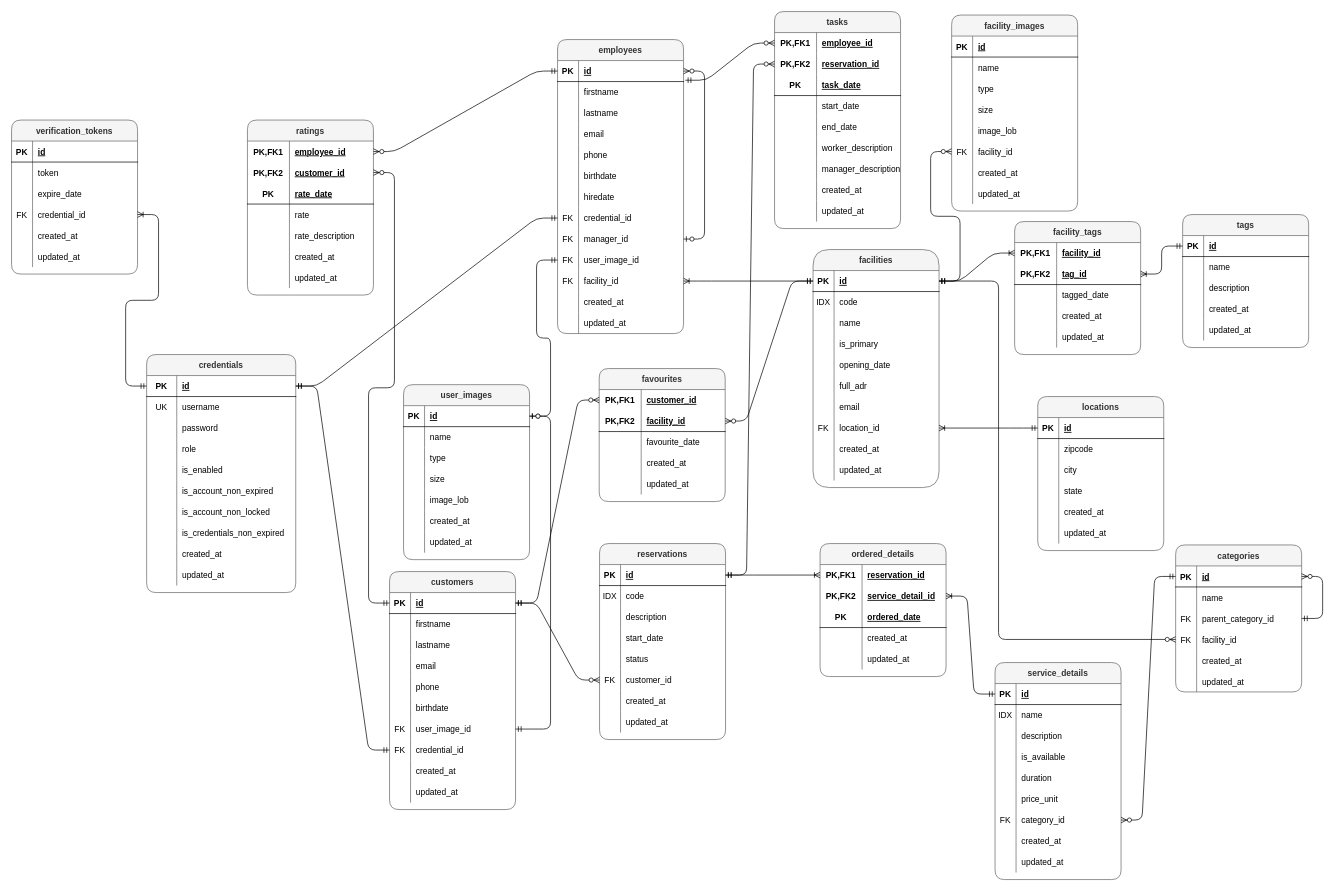
The draw.io diagram docs/doc/atic/atic_erd_diag.drawio in SelimHorri/atic-backend-app, before the edit. Source tidied: cells renumbered, new cells numbered last; positions are measured from the earlier drawing's top-left corner, leaving out a move shared by most shapes. Both pictures are drawn from the tidied source at 70%, with x=0, y=0 at pixel (11, 11).
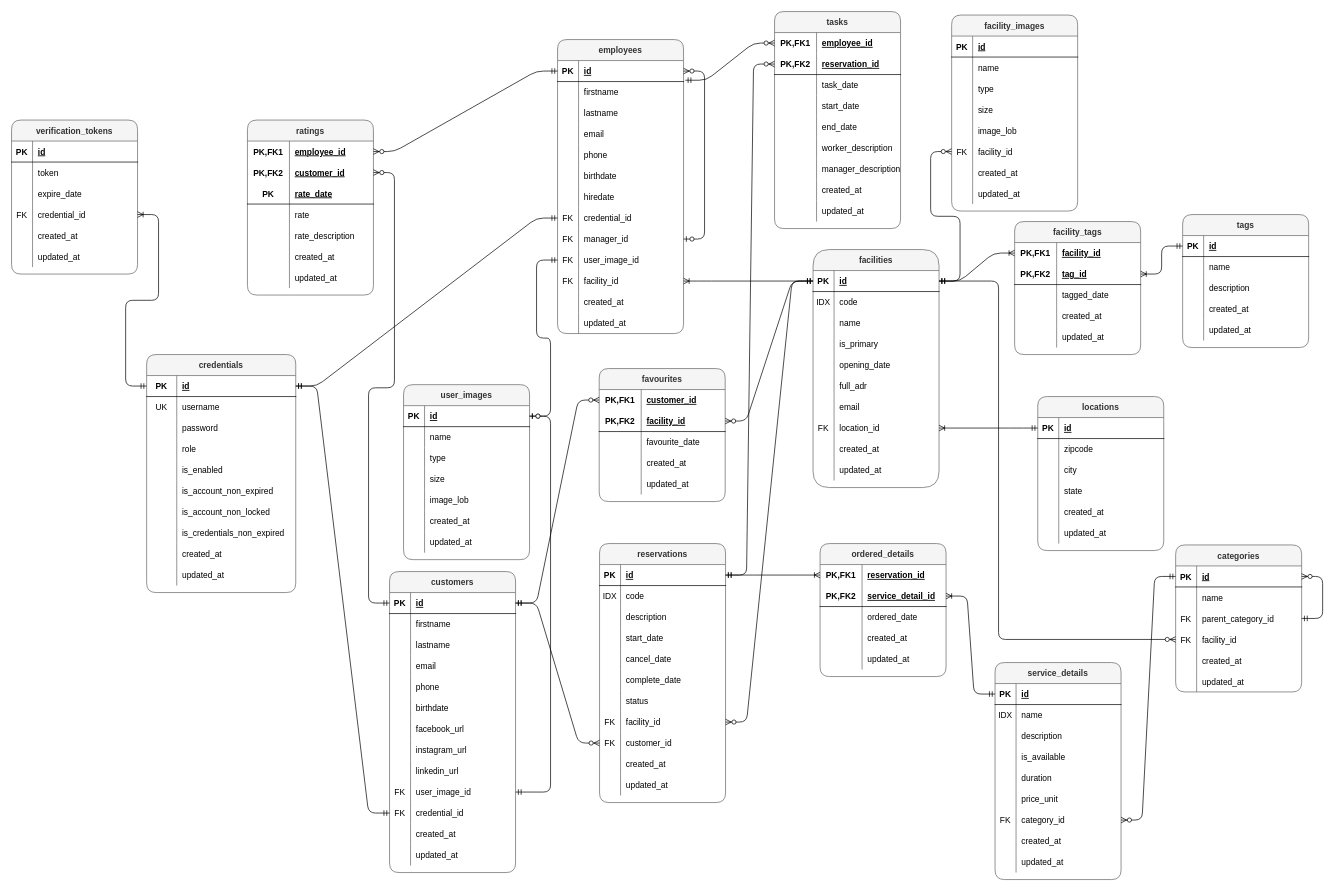
Above is the later version.

Unchanged cells that the change refers to:
```xml
<mxCell id="75" style="shape=partialRectangle;fillColor=none;top=0;left=0;bottom=1;right=0;points=[[0,0.5],[1,0.5]];portConstraint=eastwest;rounded=1;" parent="74" vertex="1">
  <mxGeometry y="30" width="180" height="30" as="geometry" />
</mxCell>
<mxCell id="179" style="shape=partialRectangle;fillColor=none;top=0;left=0;bottom=1;right=0;points=[[0,0.5],[1,0.5]];portConstraint=eastwest;rounded=1;" parent="178" vertex="1">
  <mxGeometry y="30" width="180" height="30" as="geometry" />
</mxCell>
<mxCell id="228" style="shape=partialRectangle;fillColor=none;top=0;left=0;bottom=1;right=0;points=[[0,0.5],[1,0.5]];portConstraint=eastwest;rounded=1;" parent="227" vertex="1">
  <mxGeometry y="30" width="180" height="30" as="geometry" />
</mxCell>
<mxCell id="253" value="ordered_details" style="shape=table;startSize=30;childLayout=tableLayout;rowLines=0;fontStyle=1;align=center;rounded=1;fillColor=#f5f5f5;fontColor=#333333;strokeColor=#666666;" parent="1" vertex="1">
  <mxGeometry x="1155" y="760" width="180" height="190" as="geometry" />
</mxCell>
<mxCell id="399" value="tasks" style="shape=table;startSize=30;childLayout=tableLayout;rowLines=0;fontStyle=1;align=center;rounded=1;fillColor=#f5f5f5;fontColor=#333333;strokeColor=#666666;" parent="1" vertex="1">
  <mxGeometry x="1090" width="180" height="310" as="geometry" />
</mxCell>
```

Diff of the diagram source:
```diff
@@
     <mxCell id="2" value="customers" style="shape=table;startSize=30;childLayout=tableLayout;rowLines=0;fontStyle=1;align=center;rounded=1;fillColor=#f5f5f5;fontColor=#333333;strokeColor=#666666;" parent="1" vertex="1">
-      <mxGeometry x="540" y="800" width="180" height="340" as="geometry" />
+      <mxGeometry x="540" y="800" width="180" height="430" as="geometry" />
     </mxCell>
@@
+    <mxCell id="429" style="shape=partialRectangle;fillColor=none;top=0;left=0;bottom=0;right=0;rounded=1;" parent="2" vertex="1">
+      <mxGeometry y="210" width="180" height="30" as="geometry" />
+    </mxCell>
+    <mxCell id="430" style="shape=partialRectangle;fillColor=none;top=0;left=0;bottom=0;right=0;overflow=hidden;rounded=1;" parent="429" vertex="1">
+      <mxGeometry width="30" height="30" as="geometry" />
+    </mxCell>
+    <mxCell id="431" value="facebook_url" style="shape=partialRectangle;fillColor=none;top=0;left=0;bottom=0;right=0;align=left;spacingLeft=6;overflow=hidden;rounded=1;" parent="429" vertex="1">
+      <mxGeometry x="30" width="150" height="30" as="geometry" />
+    </mxCell>
+    <mxCell id="432" style="shape=partialRectangle;fillColor=none;top=0;left=0;bottom=0;right=0;rounded=1;" parent="2" vertex="1">
+      <mxGeometry y="240" width="180" height="30" as="geometry" />
+    </mxCell>
+    <mxCell id="433" style="shape=partialRectangle;fillColor=none;top=0;left=0;bottom=0;right=0;overflow=hidden;rounded=1;" parent="432" vertex="1">
+      <mxGeometry width="30" height="30" as="geometry" />
+    </mxCell>
+    <mxCell id="434" value="instagram_url" style="shape=partialRectangle;fillColor=none;top=0;left=0;bottom=0;right=0;align=left;spacingLeft=6;overflow=hidden;rounded=1;" parent="432" vertex="1">
+      <mxGeometry x="30" width="150" height="30" as="geometry" />
+    </mxCell>
+    <mxCell id="435" style="shape=partialRectangle;fillColor=none;top=0;left=0;bottom=0;right=0;rounded=1;" parent="2" vertex="1">
+      <mxGeometry y="270" width="180" height="30" as="geometry" />
+    </mxCell>
+    <mxCell id="436" style="shape=partialRectangle;fillColor=none;top=0;left=0;bottom=0;right=0;overflow=hidden;rounded=1;" parent="435" vertex="1">
+      <mxGeometry width="30" height="30" as="geometry" />
+    </mxCell>
+    <mxCell id="437" value="linkedin_url" style="shape=partialRectangle;fillColor=none;top=0;left=0;bottom=0;right=0;align=left;spacingLeft=6;overflow=hidden;rounded=1;" parent="435" vertex="1">
+      <mxGeometry x="30" width="150" height="30" as="geometry" />
+    </mxCell>
     <mxCell id="21" style="shape=partialRectangle;fillColor=none;top=0;left=0;bottom=0;right=0;points=[[0,0.5],[1,0.5]];portConstraint=eastwest;rounded=1;" parent="2" vertex="1">
-      <mxGeometry y="210" width="180" height="30" as="geometry" />
+      <mxGeometry y="300" width="180" height="30" as="geometry" />
     </mxCell>
@@
     <mxCell id="24" style="shape=partialRectangle;fillColor=none;top=0;left=0;bottom=0;right=0;points=[[0,0.5],[1,0.5]];portConstraint=eastwest;rounded=1;" parent="2" vertex="1">
-      <mxGeometry y="240" width="180" height="30" as="geometry" />
+      <mxGeometry y="330" width="180" height="30" as="geometry" />
     </mxCell>
@@
     <mxCell id="27" style="shape=partialRectangle;fillColor=none;top=0;left=0;bottom=0;right=0;rounded=1;" parent="2" vertex="1">
-      <mxGeometry y="270" width="180" height="30" as="geometry" />
+      <mxGeometry y="360" width="180" height="30" as="geometry" />
     </mxCell>
@@
     <mxCell id="30" style="shape=partialRectangle;fillColor=none;top=0;left=0;bottom=0;right=0;rounded=1;" parent="2" vertex="1">
-      <mxGeometry y="300" width="180" height="30" as="geometry" />
+      <mxGeometry y="390" width="180" height="30" as="geometry" />
     </mxCell>
@@
     <mxCell id="227" value="reservations" style="shape=table;startSize=30;childLayout=tableLayout;rowLines=0;fontStyle=1;align=center;rounded=1;fillColor=#f5f5f5;fontColor=#333333;strokeColor=#666666;" parent="1" vertex="1">
-      <mxGeometry x="840" y="760" width="180" height="280" as="geometry" />
+      <mxGeometry x="840" y="760" width="180" height="370" as="geometry" />
     </mxCell>
@@
+    <mxCell id="438" style="shape=partialRectangle;fillColor=none;top=0;left=0;bottom=0;right=0;rounded=1;" parent="227" vertex="1">
+      <mxGeometry y="150" width="180" height="30" as="geometry" />
+    </mxCell>
+    <mxCell id="439" style="shape=partialRectangle;fillColor=none;top=0;left=0;bottom=0;right=0;overflow=hidden;rounded=1;" parent="438" vertex="1">
+      <mxGeometry width="30" height="30" as="geometry" />
+    </mxCell>
+    <mxCell id="440" value="cancel_date" style="shape=partialRectangle;fillColor=none;top=0;left=0;bottom=0;right=0;align=left;spacingLeft=6;overflow=hidden;rounded=1;" parent="438" vertex="1">
+      <mxGeometry x="30" width="150" height="30" as="geometry" />
+    </mxCell>
+    <mxCell id="441" style="shape=partialRectangle;fillColor=none;top=0;left=0;bottom=0;right=0;rounded=1;" parent="227" vertex="1">
+      <mxGeometry y="180" width="180" height="30" as="geometry" />
+    </mxCell>
+    <mxCell id="442" style="shape=partialRectangle;fillColor=none;top=0;left=0;bottom=0;right=0;overflow=hidden;rounded=1;" parent="441" vertex="1">
+      <mxGeometry width="30" height="30" as="geometry" />
+    </mxCell>
+    <mxCell id="443" value="complete_date" style="shape=partialRectangle;fillColor=none;top=0;left=0;bottom=0;right=0;align=left;spacingLeft=6;overflow=hidden;rounded=1;" parent="441" vertex="1">
+      <mxGeometry x="30" width="150" height="30" as="geometry" />
+    </mxCell>
     <mxCell id="240" style="shape=partialRectangle;fillColor=none;top=0;left=0;bottom=0;right=0;rounded=1;" parent="227" vertex="1">
-      <mxGeometry y="150" width="180" height="30" as="geometry" />
+      <mxGeometry y="210" width="180" height="30" as="geometry" />
     </mxCell>
@@
+    <mxCell id="444" style="shape=partialRectangle;fillColor=none;top=0;left=0;bottom=0;right=0;points=[[0,0.5],[1,0.5]];portConstraint=eastwest;rounded=1;" parent="227" vertex="1">
+      <mxGeometry y="240" width="180" height="30" as="geometry" />
+    </mxCell>
+    <mxCell id="445" value="FK" style="shape=partialRectangle;fillColor=none;top=0;left=0;bottom=0;right=0;overflow=hidden;rounded=1;" parent="444" vertex="1">
+      <mxGeometry width="30" height="30" as="geometry" />
+    </mxCell>
+    <mxCell id="446" value="facility_id" style="shape=partialRectangle;fillColor=none;top=0;left=0;bottom=0;right=0;align=left;spacingLeft=6;overflow=hidden;rounded=1;" parent="444" vertex="1">
+      <mxGeometry x="30" width="150" height="30" as="geometry" />
+    </mxCell>
     <mxCell id="243" style="shape=partialRectangle;fillColor=none;top=0;left=0;bottom=0;right=0;points=[[0,0.5],[1,0.5]];portConstraint=eastwest;rounded=1;" parent="227" vertex="1">
-      <mxGeometry y="180" width="180" height="30" as="geometry" />
+      <mxGeometry y="270" width="180" height="30" as="geometry" />
     </mxCell>
@@
     <mxCell id="246" style="shape=partialRectangle;fillColor=none;top=0;left=0;bottom=0;right=0;rounded=1;" parent="227" vertex="1">
-      <mxGeometry y="210" width="180" height="30" as="geometry" />
+      <mxGeometry y="300" width="180" height="30" as="geometry" />
     </mxCell>
@@
     <mxCell id="249" style="shape=partialRectangle;fillColor=none;top=0;left=0;bottom=0;right=0;rounded=1;" parent="227" vertex="1">
-      <mxGeometry y="240" width="180" height="30" as="geometry" />
+      <mxGeometry y="330" width="180" height="30" as="geometry" />
     </mxCell>
@@
-    <mxCell id="257" style="shape=partialRectangle;fillColor=none;top=0;left=0;bottom=0;right=0;points=[[0,0.5],[1,0.5]];portConstraint=eastwest;rounded=1;" parent="253" vertex="1">
-      <mxGeometry y="60" width="180" height="30" as="geometry" />
-    </mxCell>
-    <mxCell id="258" value="PK,FK2" style="shape=partialRectangle;fillColor=none;top=0;left=0;bottom=0;right=0;fontStyle=1;overflow=hidden;rounded=1;" parent="257" vertex="1">
-      <mxGeometry width="60" height="30" as="geometry" />
-    </mxCell>
-    <mxCell id="259" value="service_detail_id" style="shape=partialRectangle;fillColor=none;top=0;left=0;bottom=0;right=0;align=left;spacingLeft=6;fontStyle=5;overflow=hidden;rounded=1;" parent="257" vertex="1">
-      <mxGeometry x="60" width="120" height="30" as="geometry" />
-    </mxCell>
     <mxCell id="260" style="shape=partialRectangle;fillColor=none;top=0;left=0;bottom=1;right=0;points=[[0,0.5],[1,0.5]];portConstraint=eastwest;rounded=1;" parent="253" vertex="1">
-      <mxGeometry y="90" width="180" height="30" as="geometry" />
+      <mxGeometry y="60" width="180" height="30" as="geometry" />
     </mxCell>
-    <mxCell id="261" value="PK" style="shape=partialRectangle;fillColor=none;top=0;left=0;bottom=0;right=0;fontStyle=1;overflow=hidden;rounded=1;" parent="260" vertex="1">
+    <mxCell id="261" value="PK,FK2" style="shape=partialRectangle;fillColor=none;top=0;left=0;bottom=0;right=0;fontStyle=1;overflow=hidden;rounded=1;" parent="260" vertex="1">
       <mxGeometry width="60" height="30" as="geometry" />
     </mxCell>
-    <mxCell id="262" value="ordered_date" style="shape=partialRectangle;fillColor=none;top=0;left=0;bottom=0;right=0;align=left;spacingLeft=6;fontStyle=5;overflow=hidden;rounded=1;" parent="260" vertex="1">
+    <mxCell id="262" value="service_detail_id" style="shape=partialRectangle;fillColor=none;top=0;left=0;bottom=0;right=0;align=left;spacingLeft=6;fontStyle=5;overflow=hidden;rounded=1;" parent="260" vertex="1">
       <mxGeometry x="60" width="120" height="30" as="geometry" />
     </mxCell>
     <mxCell id="263" style="shape=partialRectangle;fillColor=none;top=0;left=0;bottom=0;right=0;rounded=1;" parent="253" vertex="1">
-      <mxGeometry y="120" width="180" height="30" as="geometry" />
+      <mxGeometry y="90" width="180" height="30" as="geometry" />
     </mxCell>
@@
-    <mxCell id="265" value="created_at" style="shape=partialRectangle;fillColor=none;top=0;left=0;bottom=0;right=0;align=left;spacingLeft=6;overflow=hidden;rounded=1;" parent="263" vertex="1">
+    <mxCell id="265" value="ordered_date" style="shape=partialRectangle;fillColor=none;top=0;left=0;bottom=0;right=0;align=left;spacingLeft=6;overflow=hidden;rounded=1;" parent="263" vertex="1">
       <mxGeometry x="60" width="120" height="30" as="geometry" />
     </mxCell>
     <mxCell id="266" style="shape=partialRectangle;fillColor=none;top=0;left=0;bottom=0;right=0;rounded=1;" parent="253" vertex="1">
-      <mxGeometry y="150" width="180" height="30" as="geometry" />
+      <mxGeometry y="120" width="180" height="30" as="geometry" />
     </mxCell>
@@
-    <mxCell id="268" value="updated_at" style="shape=partialRectangle;fillColor=none;top=0;left=0;bottom=0;right=0;align=left;spacingLeft=6;overflow=hidden;rounded=1;" parent="266" vertex="1">
+    <mxCell id="268" value="created_at" style="shape=partialRectangle;fillColor=none;top=0;left=0;bottom=0;right=0;align=left;spacingLeft=6;overflow=hidden;rounded=1;" parent="266" vertex="1">
       <mxGeometry x="60" width="120" height="30" as="geometry" />
     </mxCell>
+    <mxCell id="447" style="shape=partialRectangle;fillColor=none;top=0;left=0;bottom=0;right=0;rounded=1;" parent="253" vertex="1">
+      <mxGeometry y="150" width="180" height="30" as="geometry" />
+    </mxCell>
+    <mxCell id="448" style="shape=partialRectangle;fillColor=none;top=0;left=0;bottom=0;right=0;overflow=hidden;rounded=1;" parent="447" vertex="1">
+      <mxGeometry width="60" height="30" as="geometry" />
+    </mxCell>
+    <mxCell id="449" value="updated_at" style="shape=partialRectangle;fillColor=none;top=0;left=0;bottom=0;right=0;align=left;spacingLeft=6;overflow=hidden;rounded=1;" parent="447" vertex="1">
+      <mxGeometry x="60" width="120" height="30" as="geometry" />
+    </mxCell>
@@
-    <mxCell id="270" style="edgeStyle=entityRelationEdgeStyle;fontSize=12;html=1;endArrow=ERoneToMany;startArrow=ERmandOne;rounded=1;" parent="1" edge="1" source="179" target="257">
+    <mxCell id="270" style="edgeStyle=entityRelationEdgeStyle;fontSize=12;html=1;endArrow=ERoneToMany;startArrow=ERmandOne;rounded=1;entryX=1;entryY=0.5;entryDx=0;entryDy=0;" parent="1" edge="1" source="179" target="260">
       <mxGeometry relative="1" as="geometry" />
     </mxCell>
@@
-    <mxCell id="403" style="shape=partialRectangle;fillColor=none;top=0;left=0;bottom=0;right=0;points=[[0,0.5],[1,0.5]];portConstraint=eastwest;rounded=1;" parent="399" vertex="1">
-      <mxGeometry y="60" width="180" height="30" as="geometry" />
-    </mxCell>
-    <mxCell id="404" value="PK,FK2" style="shape=partialRectangle;fillColor=none;top=0;left=0;bottom=0;right=0;fontStyle=1;overflow=hidden;rounded=1;" parent="403" vertex="1">
-      <mxGeometry width="60" height="30" as="geometry" />
-    </mxCell>
-    <mxCell id="405" value="reservation_id" style="shape=partialRectangle;fillColor=none;top=0;left=0;bottom=0;right=0;align=left;spacingLeft=6;fontStyle=5;overflow=hidden;rounded=1;" parent="403" vertex="1">
-      <mxGeometry x="60" width="120" height="30" as="geometry" />
-    </mxCell>
     <mxCell id="406" style="shape=partialRectangle;fillColor=none;top=0;left=0;bottom=1;right=0;points=[[0,0.5],[1,0.5]];portConstraint=eastwest;rounded=1;" parent="399" vertex="1">
-      <mxGeometry y="90" width="180" height="30" as="geometry" />
+      <mxGeometry y="60" width="180" height="30" as="geometry" />
     </mxCell>
-    <mxCell id="407" value="PK" style="shape=partialRectangle;fillColor=none;top=0;left=0;bottom=0;right=0;fontStyle=1;overflow=hidden;rounded=1;" parent="406" vertex="1">
+    <mxCell id="407" value="PK,FK2" style="shape=partialRectangle;fillColor=none;top=0;left=0;bottom=0;right=0;fontStyle=1;overflow=hidden;rounded=1;" parent="406" vertex="1">
       <mxGeometry width="60" height="30" as="geometry" />
     </mxCell>
-    <mxCell id="408" value="task_date" style="shape=partialRectangle;fillColor=none;top=0;left=0;bottom=0;right=0;align=left;spacingLeft=6;fontStyle=5;overflow=hidden;rounded=1;" parent="406" vertex="1">
+    <mxCell id="408" value="reservation_id" style="shape=partialRectangle;fillColor=none;top=0;left=0;bottom=0;right=0;align=left;spacingLeft=6;fontStyle=5;overflow=hidden;rounded=1;" parent="406" vertex="1">
       <mxGeometry x="60" width="120" height="30" as="geometry" />
     </mxCell>
     <mxCell id="409" style="shape=partialRectangle;fillColor=none;top=0;left=0;bottom=0;right=0;rounded=1;" parent="399" vertex="1">
-      <mxGeometry y="120" width="180" height="30" as="geometry" />
+      <mxGeometry y="90" width="180" height="30" as="geometry" />
     </mxCell>
@@
-    <mxCell id="411" value="start_date" style="shape=partialRectangle;fillColor=none;top=0;left=0;bottom=0;right=0;align=left;spacingLeft=6;overflow=hidden;rounded=1;" parent="409" vertex="1">
+    <mxCell id="411" value="task_date" style="shape=partialRectangle;fillColor=none;top=0;left=0;bottom=0;right=0;align=left;spacingLeft=6;overflow=hidden;rounded=1;" parent="409" vertex="1">
       <mxGeometry x="60" width="120" height="30" as="geometry" />
     </mxCell>
+    <mxCell id="450" style="shape=partialRectangle;fillColor=none;top=0;left=0;bottom=0;right=0;rounded=1;" parent="399" vertex="1">
+      <mxGeometry y="120" width="180" height="30" as="geometry" />
+    </mxCell>
+    <mxCell id="451" style="shape=partialRectangle;fillColor=none;top=0;left=0;bottom=0;right=0;overflow=hidden;rounded=1;" parent="450" vertex="1">
+      <mxGeometry width="60" height="30" as="geometry" />
+    </mxCell>
+    <mxCell id="452" value="start_date" style="shape=partialRectangle;fillColor=none;top=0;left=0;bottom=0;right=0;align=left;spacingLeft=6;overflow=hidden;rounded=1;" parent="450" vertex="1">
+      <mxGeometry x="60" width="120" height="30" as="geometry" />
+    </mxCell>
@@
-    <mxCell id="428" style="edgeStyle=entityRelationEdgeStyle;fontSize=12;html=1;endArrow=ERzeroToMany;startArrow=ERmandOne;rounded=1;" parent="1" edge="1" source="228" target="403">
+    <mxCell id="428" style="edgeStyle=entityRelationEdgeStyle;fontSize=12;html=1;endArrow=ERzeroToMany;startArrow=ERmandOne;rounded=1;entryX=0;entryY=0.5;entryDx=0;entryDy=0;" parent="1" edge="1" source="228" target="406">
       <mxGeometry relative="1" as="geometry" />
     </mxCell>
+    <mxCell id="453" style="edgeStyle=entityRelationEdgeStyle;fontSize=12;html=1;endArrow=ERzeroToMany;startArrow=ERmandOne;rounded=1;exitX=0;exitY=0.5;exitDx=0;exitDy=0;entryX=1;entryY=0.5;entryDx=0;entryDy=0;" parent="1" edge="1" source="75" target="444">
+      <mxGeometry relative="1" as="geometry" />
+    </mxCell>
```
